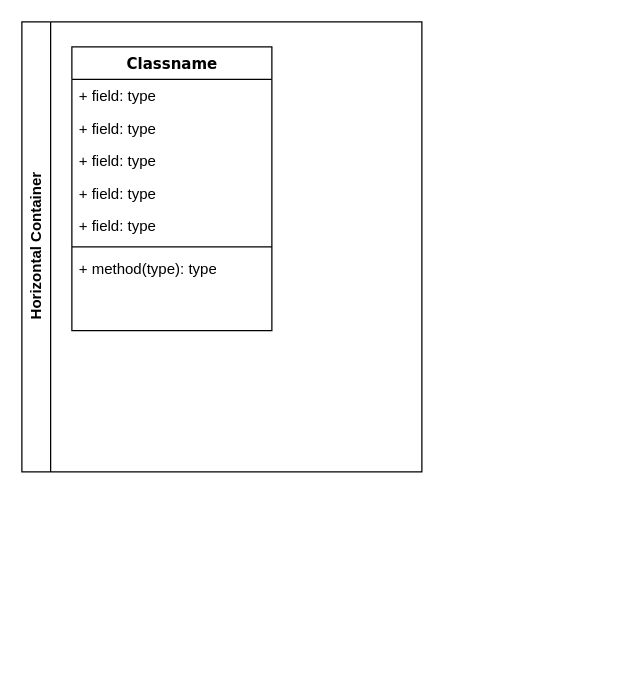
Earlier version of the draw.io diagram Untitled Diagram.drawio (jarisiber/layer-architecture). Source tidied: cells renumbered, new cells numbered last; positions are measured from the earlier drawing's top-left corner, leaving out a move shared by most shapes. Both pictures are drawn from the tidied source at 125%, with x=0, y=0 at pixel (21, 21).
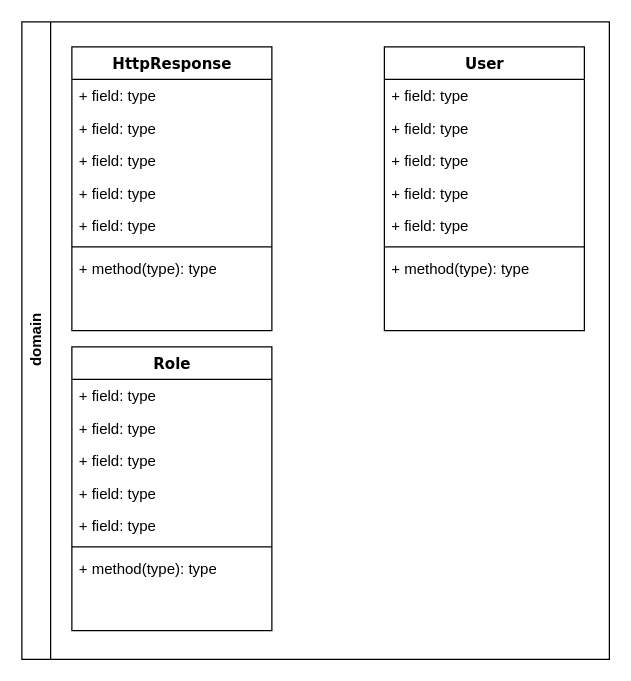
The same page after the edit.

Diff of the diagram source:
```diff
@@
-    <mxCell id="2" value="Horizontal Container" style="swimlane;horizontal=0;whiteSpace=wrap;html=1;" parent="1" vertex="1">
-      <mxGeometry width="320" height="360" as="geometry" />
+    <mxCell id="2" value="domain" style="swimlane;horizontal=0;whiteSpace=wrap;html=1;" parent="1" vertex="1">
+      <mxGeometry width="470" height="510" as="geometry" />
     </mxCell>
-    <mxCell id="3" value="Classname" style="swimlane;html=1;fontStyle=1;align=center;verticalAlign=top;horizontal=1;startSize=26;swimlaneFillColor=#ffffff;rounded=0;shadow=0;comic=0;labelBackgroundColor=none;strokeWidth=1;fillColor=none;fontFamily=Verdana;fontSize=12;" parent="2" vertex="1">
+    <mxCell id="3" value="HttpResponse" style="swimlane;html=1;fontStyle=1;align=center;verticalAlign=top;horizontal=1;startSize=26;swimlaneFillColor=#ffffff;rounded=0;shadow=0;comic=0;labelBackgroundColor=none;strokeWidth=1;fillColor=none;fontFamily=Verdana;fontSize=12;" parent="2" vertex="1">
       <mxGeometry x="40" y="20" width="160" height="227" as="geometry" />
     </mxCell>
@@
+    <mxCell id="11" value="User" style="swimlane;html=1;fontStyle=1;align=center;verticalAlign=top;horizontal=1;startSize=26;swimlaneFillColor=#ffffff;rounded=0;shadow=0;comic=0;labelBackgroundColor=none;strokeWidth=1;fillColor=none;fontFamily=Verdana;fontSize=12;" parent="2" vertex="1">
+      <mxGeometry x="290" y="20" width="160" height="227" as="geometry" />
+    </mxCell>
+    <mxCell id="12" value="+ field: type" style="text;html=1;strokeColor=none;fillColor=none;align=left;verticalAlign=top;spacingLeft=4;spacingRight=4;whiteSpace=wrap;overflow=hidden;" parent="11" vertex="1">
+      <mxGeometry y="26" width="160" height="26" as="geometry" />
+    </mxCell>
+    <mxCell id="13" value="+ field: type" style="text;html=1;strokeColor=none;fillColor=none;align=left;verticalAlign=top;spacingLeft=4;spacingRight=4;whiteSpace=wrap;overflow=hidden;" parent="11" vertex="1">
+      <mxGeometry y="52" width="160" height="26" as="geometry" />
+    </mxCell>
+    <mxCell id="14" value="+ field: type" style="text;html=1;strokeColor=none;fillColor=none;align=left;verticalAlign=top;spacingLeft=4;spacingRight=4;whiteSpace=wrap;overflow=hidden;" parent="11" vertex="1">
+      <mxGeometry y="78" width="160" height="26" as="geometry" />
+    </mxCell>
+    <mxCell id="15" value="+ field: type" style="text;html=1;strokeColor=none;fillColor=none;align=left;verticalAlign=top;spacingLeft=4;spacingRight=4;whiteSpace=wrap;overflow=hidden;" parent="11" vertex="1">
+      <mxGeometry y="104" width="160" height="26" as="geometry" />
+    </mxCell>
+    <mxCell id="16" value="+ field: type" style="text;html=1;strokeColor=none;fillColor=none;align=left;verticalAlign=top;spacingLeft=4;spacingRight=4;whiteSpace=wrap;overflow=hidden;" parent="11" vertex="1">
+      <mxGeometry y="130" width="160" height="26" as="geometry" />
+    </mxCell>
+    <mxCell id="17" style="line;html=1;strokeWidth=1;fillColor=none;align=left;verticalAlign=middle;spacingTop=-1;spacingLeft=3;spacingRight=3;labelPosition=right;" parent="11" vertex="1">
+      <mxGeometry y="156" width="160" height="8" as="geometry" />
+    </mxCell>
+    <mxCell id="18" value="+ method(type): type" style="text;html=1;strokeColor=none;fillColor=none;align=left;verticalAlign=top;spacingLeft=4;spacingRight=4;whiteSpace=wrap;overflow=hidden;" parent="11" vertex="1">
+      <mxGeometry y="164" width="160" height="26" as="geometry" />
+    </mxCell>
+    <mxCell id="19" value="Role" style="swimlane;html=1;fontStyle=1;align=center;verticalAlign=top;horizontal=1;startSize=26;swimlaneFillColor=#ffffff;rounded=0;shadow=0;comic=0;labelBackgroundColor=none;strokeWidth=1;fillColor=none;fontFamily=Verdana;fontSize=12;" parent="1" vertex="1">
+      <mxGeometry x="40" y="260" width="160" height="227" as="geometry" />
+    </mxCell>
+    <mxCell id="20" value="+ field: type" style="text;html=1;strokeColor=none;fillColor=none;align=left;verticalAlign=top;spacingLeft=4;spacingRight=4;whiteSpace=wrap;overflow=hidden;" parent="19" vertex="1">
+      <mxGeometry y="26" width="160" height="26" as="geometry" />
+    </mxCell>
+    <mxCell id="21" value="+ field: type" style="text;html=1;strokeColor=none;fillColor=none;align=left;verticalAlign=top;spacingLeft=4;spacingRight=4;whiteSpace=wrap;overflow=hidden;" parent="19" vertex="1">
+      <mxGeometry y="52" width="160" height="26" as="geometry" />
+    </mxCell>
+    <mxCell id="22" value="+ field: type" style="text;html=1;strokeColor=none;fillColor=none;align=left;verticalAlign=top;spacingLeft=4;spacingRight=4;whiteSpace=wrap;overflow=hidden;" parent="19" vertex="1">
+      <mxGeometry y="78" width="160" height="26" as="geometry" />
+    </mxCell>
+    <mxCell id="23" value="+ field: type" style="text;html=1;strokeColor=none;fillColor=none;align=left;verticalAlign=top;spacingLeft=4;spacingRight=4;whiteSpace=wrap;overflow=hidden;" parent="19" vertex="1">
+      <mxGeometry y="104" width="160" height="26" as="geometry" />
+    </mxCell>
+    <mxCell id="24" value="+ field: type" style="text;html=1;strokeColor=none;fillColor=none;align=left;verticalAlign=top;spacingLeft=4;spacingRight=4;whiteSpace=wrap;overflow=hidden;" parent="19" vertex="1">
+      <mxGeometry y="130" width="160" height="26" as="geometry" />
+    </mxCell>
+    <mxCell id="25" style="line;html=1;strokeWidth=1;fillColor=none;align=left;verticalAlign=middle;spacingTop=-1;spacingLeft=3;spacingRight=3;labelPosition=right;" parent="19" vertex="1">
+      <mxGeometry y="156" width="160" height="8" as="geometry" />
+    </mxCell>
+    <mxCell id="26" value="+ method(type): type" style="text;html=1;strokeColor=none;fillColor=none;align=left;verticalAlign=top;spacingLeft=4;spacingRight=4;whiteSpace=wrap;overflow=hidden;" parent="19" vertex="1">
+      <mxGeometry y="164" width="160" height="26" as="geometry" />
+    </mxCell>
```
